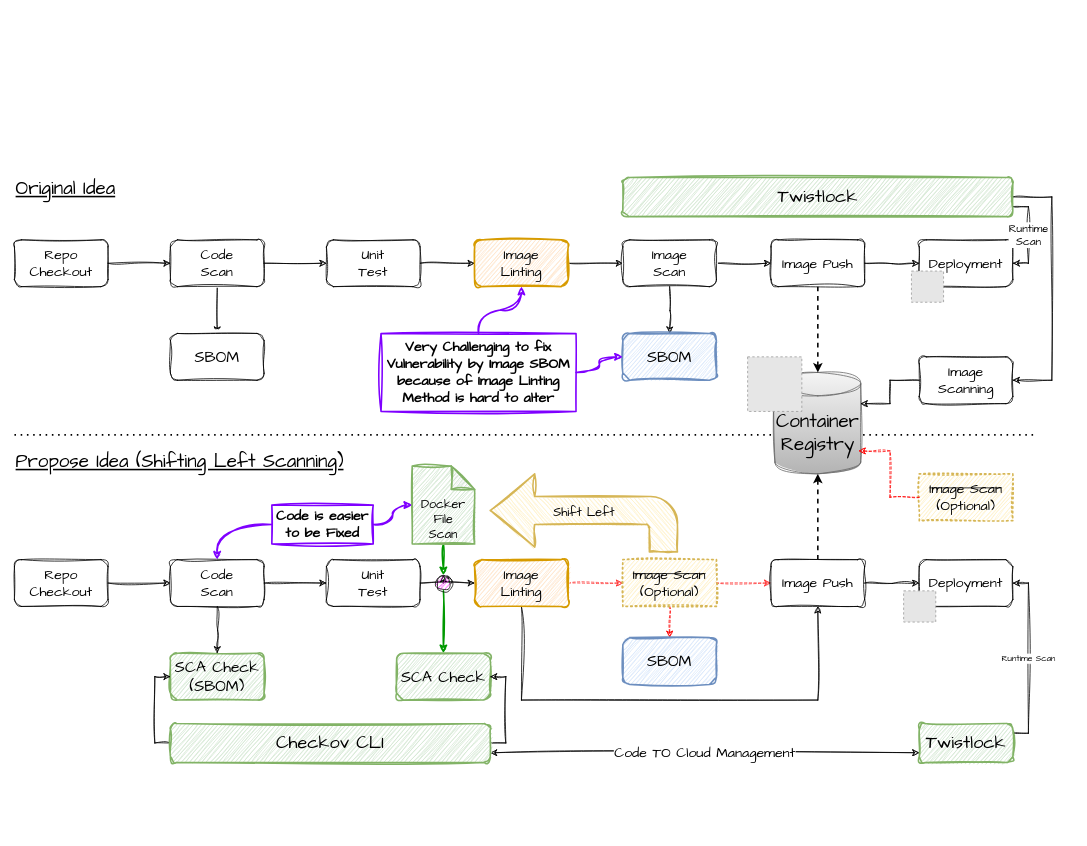
Before: page "Registry Scanning" (5 of 5) of Prisma Cloud - DevSecOps Vulnerability Management Flow.drawio in billhoph/whiteboards, a draw.io diagram. Source tidied: cells renumbered, new cells numbered last; positions are measured from the earlier drawing's top-left corner, leaving out a move shared by most shapes. Both pictures are drawn from the tidied source at 78%, with x=0, y=0 at pixel (14, 169). Pictures stored in the file or linked from it are replaced by grey dashed boxes.
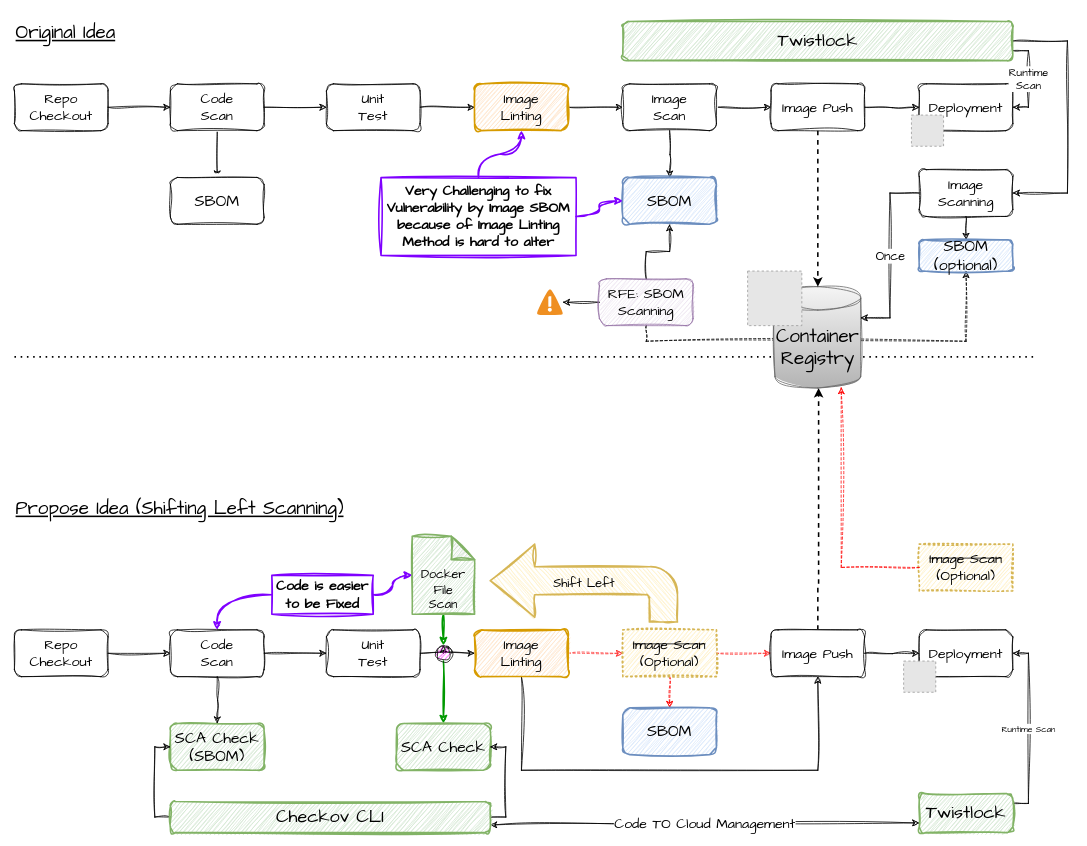
The same page after the edit.

What changed in the source:
```diff
@@
+    <mxCell id="72" style="edgeStyle=orthogonalEdgeStyle;rounded=0;sketch=1;hachureGap=4;jiggle=2;curveFitting=1;jettySize=auto;html=1;exitX=0.5;exitY=1;exitDx=0;exitDy=0;entryX=0.5;entryY=1;entryDx=0;entryDy=0;fontFamily=Architects Daughter;dashed=1;" parent="1" edge="1" source="77" target="74">
+      <mxGeometry relative="1" as="geometry" />
+    </mxCell>
     <mxCell id="2" style="endArrow=none;dashed=1;html=1;dashPattern=1 3;strokeWidth=2;rounded=0;hachureGap=4;fontFamily=Architects Daughter;" parent="1" edge="1">
       <mxGeometry relative="1" as="geometry">
-        <mxPoint y="340" as="sourcePoint" />
-        <mxPoint x="1310" y="340" as="targetPoint" />
+        <mxPoint y="240" as="sourcePoint" />
+        <mxPoint x="1310" y="240" as="targetPoint" />
       </mxGeometry>
     </mxCell>
@@
     <mxCell id="4" value="Repo Checkout" style="rounded=1;whiteSpace=wrap;html=1;sketch=1;hachureGap=4;jiggle=2;curveFitting=1;fontFamily=Architects Daughter;fontSize=18;" parent="1" vertex="1">
-      <mxGeometry y="500" width="120" height="60" as="geometry" />
+      <mxGeometry y="590" width="120" height="60" as="geometry" />
     </mxCell>
@@
     <mxCell id="6" value="Code&lt;div&gt;Scan&lt;/div&gt;" style="rounded=1;whiteSpace=wrap;html=1;sketch=1;hachureGap=4;jiggle=2;curveFitting=1;fontFamily=Architects Daughter;fontSize=18;" parent="1" vertex="1">
-      <mxGeometry x="200" y="500" width="120" height="60" as="geometry" />
+      <mxGeometry x="200" y="590" width="120" height="60" as="geometry" />
     </mxCell>
@@
     <mxCell id="8" value="Unit&lt;div&gt;Test&lt;/div&gt;" style="rounded=1;whiteSpace=wrap;html=1;sketch=1;hachureGap=4;jiggle=2;curveFitting=1;fontFamily=Architects Daughter;fontSize=18;" parent="1" vertex="1">
-      <mxGeometry x="400" y="500" width="120" height="60" as="geometry" />
+      <mxGeometry x="400" y="590" width="120" height="60" as="geometry" />
     </mxCell>
@@
     <mxCell id="10" style="edgeStyle=orthogonalEdgeStyle;rounded=0;sketch=1;hachureGap=4;jiggle=2;curveFitting=1;jettySize=auto;html=1;exitX=0.5;exitY=1;exitDx=0;exitDy=0;entryX=0.5;entryY=1;entryDx=0;entryDy=0;fontFamily=Architects Daughter;" parent="1" edge="1" source="11" target="37">
       <mxGeometry relative="1" as="geometry">
         <Array as="points">
-          <mxPoint x="650" y="680" />
-          <mxPoint x="1030" y="680" />
+          <mxPoint x="650" y="770" />
+          <mxPoint x="1030" y="770" />
         </Array>
       </mxGeometry>
     </mxCell>
     <mxCell id="11" value="Image&lt;div&gt;Linting&lt;/div&gt;" style="rounded=1;whiteSpace=wrap;html=1;sketch=1;hachureGap=4;jiggle=2;curveFitting=1;fontFamily=Architects Daughter;fontSize=18;fillColor=#ffe6cc;strokeColor=#d79b00;strokeWidth=2;" parent="1" vertex="1">
-      <mxGeometry x="590" y="500" width="120" height="60" as="geometry" />
+      <mxGeometry x="590" y="590" width="120" height="60" as="geometry" />
     </mxCell>
@@
     <mxCell id="14" value="&lt;strike&gt;Image Scan&lt;br&gt;&lt;/strike&gt;(Optional)" style="rounded=0;whiteSpace=wrap;html=1;sketch=1;hachureGap=4;jiggle=2;curveFitting=1;fontFamily=Architects Daughter;fontSize=18;fillColor=#fff2cc;strokeColor=#d6b656;dashed=1;dashPattern=1 2;strokeWidth=2;" parent="1" vertex="1">
-      <mxGeometry x="780" y="500" width="120" height="60" as="geometry" />
+      <mxGeometry x="780" y="590" width="120" height="60" as="geometry" />
     </mxCell>
@@
     <mxCell id="16" value="Repo Checkout" style="rounded=1;whiteSpace=wrap;html=1;sketch=1;hachureGap=4;jiggle=2;curveFitting=1;fontFamily=Architects Daughter;fontSize=18;" parent="1" vertex="1">
-      <mxGeometry y="90" width="120" height="60" as="geometry" />
+      <mxGeometry y="-110" width="120" height="60" as="geometry" />
     </mxCell>
@@
     <mxCell id="19" value="Code&lt;div&gt;Scan&lt;/div&gt;" style="rounded=1;whiteSpace=wrap;html=1;sketch=1;hachureGap=4;jiggle=2;curveFitting=1;fontFamily=Architects Daughter;fontSize=18;" parent="1" vertex="1">
-      <mxGeometry x="200" y="90" width="120" height="60" as="geometry" />
+      <mxGeometry x="200" y="-110" width="120" height="60" as="geometry" />
     </mxCell>
@@
     <mxCell id="21" value="Unit&lt;div&gt;Test&lt;/div&gt;" style="rounded=1;whiteSpace=wrap;html=1;sketch=1;hachureGap=4;jiggle=2;curveFitting=1;fontFamily=Architects Daughter;fontSize=18;" parent="1" vertex="1">
-      <mxGeometry x="400" y="90" width="120" height="60" as="geometry" />
+      <mxGeometry x="400" y="-110" width="120" height="60" as="geometry" />
     </mxCell>
@@
     <mxCell id="23" value="Image&lt;div&gt;Linting&lt;/div&gt;" style="rounded=1;whiteSpace=wrap;html=1;sketch=1;hachureGap=4;jiggle=2;curveFitting=1;fontFamily=Architects Daughter;fontSize=18;fillColor=#ffe6cc;strokeColor=#d79b00;strokeWidth=2;" parent="1" vertex="1">
-      <mxGeometry x="590" y="90" width="120" height="60" as="geometry" />
+      <mxGeometry x="590" y="-110" width="120" height="60" as="geometry" />
     </mxCell>
@@
     <mxCell id="25" value="Image&lt;div&gt;Scan&lt;/div&gt;" style="rounded=1;whiteSpace=wrap;html=1;sketch=1;hachureGap=4;jiggle=2;curveFitting=1;fontFamily=Architects Daughter;fontSize=18;" parent="1" vertex="1">
-      <mxGeometry x="780" y="90" width="120" height="60" as="geometry" />
+      <mxGeometry x="780" y="-110" width="120" height="60" as="geometry" />
     </mxCell>
     <mxCell id="26" value="SBOM" style="rounded=1;whiteSpace=wrap;html=1;sketch=1;hachureGap=4;jiggle=2;curveFitting=1;fontFamily=Architects Daughter;fontSize=20;" parent="1" vertex="1">
-      <mxGeometry x="200" y="210" width="120" height="60" as="geometry" />
+      <mxGeometry x="200" y="10" width="120" height="60" as="geometry" />
     </mxCell>
     <mxCell id="27" style="edgeStyle=orthogonalEdgeStyle;rounded=0;sketch=1;hachureGap=4;jiggle=2;curveFitting=1;jettySize=auto;html=1;exitX=0.5;exitY=1;exitDx=0;exitDy=0;entryX=0.5;entryY=0;entryDx=0;entryDy=0;fontFamily=Architects Daughter;" parent="1" edge="1" target="28">
       <mxGeometry relative="1" as="geometry">
-        <mxPoint x="260" y="560" as="sourcePoint" />
+        <mxPoint x="260" y="650" as="sourcePoint" />
       </mxGeometry>
     </mxCell>
     <mxCell id="28" value="SCA Check&lt;div&gt;(SBOM)&lt;/div&gt;" style="rounded=1;whiteSpace=wrap;html=1;sketch=1;hachureGap=4;jiggle=2;curveFitting=1;fontFamily=Architects Daughter;fontSize=20;fillColor=#d5e8d4;strokeColor=#82b366;strokeWidth=2;" parent="1" vertex="1">
-      <mxGeometry x="200" y="620" width="120" height="60" as="geometry" />
+      <mxGeometry x="200" y="710" width="120" height="60" as="geometry" />
     </mxCell>
     <mxCell id="29" style="edgeStyle=orthogonalEdgeStyle;rounded=0;sketch=1;hachureGap=4;jiggle=2;curveFitting=1;jettySize=auto;html=1;exitX=0.5;exitY=1;exitDx=0;exitDy=0;entryX=0.5;entryY=0;entryDx=0;entryDy=0;fontFamily=Architects Daughter;" parent="1" edge="1" target="30">
       <mxGeometry relative="1" as="geometry">
-        <mxPoint x="840" y="150" as="sourcePoint" />
+        <mxPoint x="840" y="-50" as="sourcePoint" />
       </mxGeometry>
     </mxCell>
     <mxCell id="30" value="SBOM" style="rounded=1;whiteSpace=wrap;html=1;sketch=1;hachureGap=4;jiggle=2;curveFitting=1;fontFamily=Architects Daughter;fontSize=20;fillColor=#dae8fc;strokeColor=#6c8ebf;strokeWidth=2;" parent="1" vertex="1">
-      <mxGeometry x="780" y="210" width="120" height="60" as="geometry" />
+      <mxGeometry x="780" y="10" width="120" height="60" as="geometry" />
     </mxCell>
@@
     <mxCell id="32" value="SCA Check" style="rounded=1;whiteSpace=wrap;html=1;sketch=1;hachureGap=4;jiggle=2;curveFitting=1;fontFamily=Architects Daughter;fontSize=20;fillColor=#d5e8d4;strokeColor=#82b366;strokeWidth=2;" parent="1" vertex="1">
-      <mxGeometry x="490" y="620" width="120" height="60" as="geometry" />
+      <mxGeometry x="490" y="710" width="120" height="60" as="geometry" />
     </mxCell>
@@
     <mxCell id="34" value="Docker&lt;div style=&quot;font-size: 16px;&quot;&gt;File&lt;/div&gt;&lt;div style=&quot;font-size: 16px;&quot;&gt;Scan&lt;/div&gt;" style="shape=note;whiteSpace=wrap;html=1;backgroundOutline=1;darkOpacity=0.05;sketch=1;hachureGap=4;jiggle=2;curveFitting=1;fontFamily=Architects Daughter;fontSize=16;verticalAlign=bottom;fillColor=#d5e8d4;strokeColor=#82b366;strokeWidth=2;" parent="1" vertex="1">
-      <mxGeometry x="510" y="380" width="80" height="100" as="geometry" />
+      <mxGeometry x="510" y="470" width="80" height="100" as="geometry" />
     </mxCell>
     <mxCell id="35" value="Image Push" style="rounded=1;whiteSpace=wrap;html=1;sketch=1;hachureGap=4;jiggle=2;curveFitting=1;fontFamily=Architects Daughter;fontSize=18;" parent="1" vertex="1">
-      <mxGeometry x="970" y="90" width="120" height="60" as="geometry" />
+      <mxGeometry x="970" y="-110" width="120" height="60" as="geometry" />
     </mxCell>
     <mxCell id="36" style="edgeStyle=orthogonalEdgeStyle;rounded=0;hachureGap=4;jettySize=auto;html=1;fontFamily=Architects Daughter;flowAnimation=1;strokeWidth=2;dashed=1;" parent="1" edge="1" source="37" target="42">
-      <mxGeometry relative="1" as="geometry" />
+      <mxGeometry relative="1" as="geometry">
+        <Array as="points">
+          <mxPoint x="1030" y="535" />
+          <mxPoint x="1031" y="535" />
+        </Array>
+      </mxGeometry>
     </mxCell>
     <mxCell id="37" value="Image Push" style="rounded=1;whiteSpace=wrap;html=1;sketch=1;hachureGap=4;jiggle=2;curveFitting=1;fontFamily=Architects Daughter;fontSize=18;" parent="1" vertex="1">
-      <mxGeometry x="970" y="500" width="120" height="60" as="geometry" />
+      <mxGeometry x="970" y="590" width="120" height="60" as="geometry" />
     </mxCell>
     <mxCell id="38" style="edgeStyle=orthogonalEdgeStyle;rounded=0;sketch=1;hachureGap=4;jiggle=2;curveFitting=1;jettySize=auto;html=1;exitX=1;exitY=0.5;exitDx=0;exitDy=0;entryX=0;entryY=0.5;entryDx=0;entryDy=0;fontFamily=Architects Daughter;" parent="1" edge="1" target="41">
       <mxGeometry relative="1" as="geometry">
-        <mxPoint x="1090" y="530" as="sourcePoint" />
+        <mxPoint x="1090" y="620" as="sourcePoint" />
       </mxGeometry>
     </mxCell>
     <mxCell id="39" style="edgeStyle=orthogonalEdgeStyle;rounded=0;sketch=1;hachureGap=4;jiggle=2;curveFitting=1;jettySize=auto;html=1;exitX=1;exitY=0.5;exitDx=0;exitDy=0;entryX=0;entryY=0.5;entryDx=0;entryDy=0;fontFamily=Architects Daughter;" parent="1" edge="1" target="40">
       <mxGeometry relative="1" as="geometry">
-        <mxPoint x="1090" y="120" as="sourcePoint" />
+        <mxPoint x="1090" y="-80" as="sourcePoint" />
       </mxGeometry>
     </mxCell>
     <mxCell id="40" value="Deployment" style="rounded=1;whiteSpace=wrap;html=1;sketch=1;hachureGap=4;jiggle=2;curveFitting=1;fontFamily=Architects Daughter;fontSize=18;" parent="1" vertex="1">
-      <mxGeometry x="1160" y="90" width="120" height="60" as="geometry" />
+      <mxGeometry x="1160" y="-110" width="120" height="60" as="geometry" />
     </mxCell>
     <mxCell id="41" value="Deployment" style="rounded=1;whiteSpace=wrap;html=1;sketch=1;hachureGap=4;jiggle=2;curveFitting=1;fontFamily=Architects Daughter;fontSize=18;" parent="1" vertex="1">
-      <mxGeometry x="1160" y="500" width="120" height="60" as="geometry" />
+      <mxGeometry x="1160" y="590" width="120" height="60" as="geometry" />
     </mxCell>
     <mxCell id="42" value="&lt;div&gt;Container&lt;/div&gt;Registry" style="shape=cylinder3;whiteSpace=wrap;html=1;boundedLbl=1;backgroundOutline=1;size=15;sketch=1;hachureGap=4;jiggle=2;curveFitting=1;fontFamily=Architects Daughter;fontSize=24;fillColor=#f5f5f5;strokeColor=#666666;gradientColor=#b3b3b3;" parent="1" vertex="1">
-      <mxGeometry x="975" y="260" width="110" height="130" as="geometry" />
+      <mxGeometry x="975" y="150" width="110" height="130" as="geometry" />
     </mxCell>
@@
     <mxCell id="44" style="edgeStyle=orthogonalEdgeStyle;rounded=0;sketch=1;hachureGap=4;jiggle=2;curveFitting=1;jettySize=auto;html=1;entryX=0.5;entryY=0;entryDx=0;entryDy=0;fontFamily=Architects Daughter;" parent="1" edge="1" target="45">
       <mxGeometry relative="1" as="geometry">
-        <mxPoint x="550" y="530" as="sourcePoint" />
+        <mxPoint x="550" y="620" as="sourcePoint" />
       </mxGeometry>
     </mxCell>
     <mxCell id="45" style="ellipse;whiteSpace=wrap;html=1;sketch=1;hachureGap=4;jiggle=2;curveFitting=1;fontFamily=Architects Daughter;fillColor=#FF00FF;" parent="1" vertex="1">
-      <mxGeometry x="540" y="520" width="20" height="20" as="geometry" />
+      <mxGeometry x="540" y="610" width="20" height="20" as="geometry" />
     </mxCell>
@@
     <mxCell id="49" value="Checkov CLI" style="rounded=1;whiteSpace=wrap;html=1;sketch=1;hachureGap=4;jiggle=2;curveFitting=1;fontFamily=Architects Daughter;fontSize=23;fillColor=#d5e8d4;strokeColor=#82b366;strokeWidth=2;" parent="1" vertex="1">
-      <mxGeometry x="200" y="710" width="410" height="50" as="geometry" />
+      <mxGeometry x="200" y="810" width="410" height="40" as="geometry" />
     </mxCell>
     <mxCell id="50" value="Original Idea" style="text;html=1;align=left;verticalAlign=middle;whiteSpace=wrap;rounded=0;fontFamily=Architects Daughter;fontSize=24;fontStyle=4;" parent="1" vertex="1">
-      <mxGeometry width="180" height="50" as="geometry" />
+      <mxGeometry y="-200" width="180" height="50" as="geometry" />
     </mxCell>
     <mxCell id="51" value="Propose Idea (Shifting Left Scanning)" style="text;html=1;align=left;verticalAlign=middle;whiteSpace=wrap;rounded=0;fontFamily=Architects Daughter;fontSize=24;fontStyle=4;" parent="1" vertex="1">
-      <mxGeometry y="350" width="430" height="50" as="geometry" />
+      <mxGeometry y="410" width="430" height="50" as="geometry" />
     </mxCell>
+    <mxCell id="73" style="edgeStyle=orthogonalEdgeStyle;rounded=0;sketch=1;hachureGap=4;jiggle=2;curveFitting=1;jettySize=auto;html=1;exitX=0.5;exitY=1;exitDx=0;exitDy=0;entryX=0.5;entryY=0;entryDx=0;entryDy=0;fontFamily=Architects Daughter;" parent="1" edge="1" source="52" target="74">
+      <mxGeometry relative="1" as="geometry" />
+    </mxCell>
     <mxCell id="52" value="Image Scanning" style="rounded=1;whiteSpace=wrap;html=1;sketch=1;hachureGap=4;jiggle=2;curveFitting=1;fontFamily=Architects Daughter;fontSize=18;" parent="1" vertex="1">
-      <mxGeometry x="1160" y="240" width="120" height="60" as="geometry" />
+      <mxGeometry x="1160" width="120" height="60" as="geometry" />
     </mxCell>
-    <mxCell id="53" style="edgeStyle=orthogonalEdgeStyle;rounded=0;sketch=1;hachureGap=4;jiggle=2;curveFitting=1;jettySize=auto;html=1;entryX=1;entryY=0;entryDx=0;entryDy=40;entryPerimeter=0;fontFamily=Architects Daughter;" parent="1" edge="1" source="52" target="42">
+    <mxCell id="53" value="Once" style="edgeStyle=orthogonalEdgeStyle;rounded=0;sketch=1;hachureGap=4;jiggle=2;curveFitting=1;jettySize=auto;html=1;entryX=1;entryY=0;entryDx=0;entryDy=40;entryPerimeter=0;fontFamily=Architects Daughter;fontSize=16;" parent="1" edge="1" source="52" target="42">
       <mxGeometry relative="1" as="geometry" />
     </mxCell>
     <mxCell id="54" value="&lt;strike&gt;Image Scan&lt;br&gt;&lt;/strike&gt;(Optional)" style="rounded=0;whiteSpace=wrap;html=1;sketch=1;hachureGap=4;jiggle=2;curveFitting=1;fontFamily=Architects Daughter;fontSize=18;fillColor=#fff2cc;strokeColor=#d6b656;dashed=1;dashPattern=1 2;strokeWidth=2;" parent="1" vertex="1">
-      <mxGeometry x="1160" y="390" width="120" height="60" as="geometry" />
+      <mxGeometry x="1160" y="480" width="120" height="60" as="geometry" />
     </mxCell>
-    <mxCell id="55" style="edgeStyle=orthogonalEdgeStyle;rounded=0;sketch=1;hachureGap=4;jiggle=2;curveFitting=1;jettySize=auto;html=1;entryX=0.977;entryY=0.774;entryDx=0;entryDy=0;entryPerimeter=0;fontFamily=Architects Daughter;strokeColor=#FF0000;dashed=1;" parent="1" edge="1" source="54" target="42">
+    <mxCell id="55" style="edgeStyle=orthogonalEdgeStyle;rounded=0;sketch=1;hachureGap=4;jiggle=2;curveFitting=1;jettySize=auto;html=1;entryX=0.773;entryY=0.992;entryDx=0;entryDy=0;entryPerimeter=0;fontFamily=Architects Daughter;strokeColor=#FF0000;dashed=1;" parent="1" edge="1" source="54" target="42">
       <mxGeometry relative="1" as="geometry" />
     </mxCell>
     <mxCell id="56" value="&lt;font style=&quot;font-size: 16px;&quot;&gt;Shift Left&lt;/font&gt;" style="html=1;shadow=0;dashed=0;align=center;verticalAlign=middle;shape=mxgraph.arrows2.bendArrow;dy=18;dx=57;notch=0;arrowHead=94;rounded=1;sketch=1;hachureGap=4;jiggle=2;curveFitting=1;fontFamily=Architects Daughter;flipH=1;fillColor=#fff2cc;strokeColor=#d6b656;strokeWidth=2;" parent="1" vertex="1">
-      <mxGeometry x="610" y="390" width="240" height="100" as="geometry" />
+      <mxGeometry x="610" y="480" width="240" height="100" as="geometry" />
     </mxCell>
@@
     <mxCell id="58" value="Twistlock" style="rounded=1;whiteSpace=wrap;html=1;sketch=1;hachureGap=4;jiggle=2;curveFitting=1;fontFamily=Architects Daughter;fontSize=23;fillColor=#d5e8d4;strokeColor=#82b366;strokeWidth=2;" parent="1" vertex="1">
-      <mxGeometry x="1160" y="710" width="120" height="50" as="geometry" />
+      <mxGeometry x="1160" y="800" width="120" height="50" as="geometry" />
     </mxCell>
@@
     <mxCell id="60" style="edgeStyle=orthogonalEdgeStyle;rounded=0;sketch=1;hachureGap=4;jiggle=2;curveFitting=1;jettySize=auto;html=1;exitX=1;exitY=0.5;exitDx=0;exitDy=0;entryX=1;entryY=0.5;entryDx=0;entryDy=0;fontFamily=Architects Daughter;" parent="1" edge="1" source="61" target="52">
       <mxGeometry relative="1" as="geometry">
         <Array as="points">
-          <mxPoint x="1330" y="35" />
-          <mxPoint x="1330" y="270" />
+          <mxPoint x="1350" y="-165" />
+          <mxPoint x="1350" y="30" />
         </Array>
       </mxGeometry>
     </mxCell>
     <mxCell id="61" value="Twistlock" style="rounded=1;whiteSpace=wrap;html=1;sketch=1;hachureGap=4;jiggle=2;curveFitting=1;fontFamily=Architects Daughter;fontSize=23;fillColor=#d5e8d4;strokeColor=#82b366;strokeWidth=2;" parent="1" vertex="1">
-      <mxGeometry x="780" y="10" width="500" height="50" as="geometry" />
+      <mxGeometry x="780" y="-190" width="500" height="50" as="geometry" />
     </mxCell>
     <mxCell id="62" style="fillColor=#E6E6E6;strokeColor=#999999;dashed=1;verticalLabelPosition=bottom;labelBackgroundColor=default;verticalAlign=top;" parent="1" vertex="1">
-      <mxGeometry x="940" y="240" width="69.5" height="70" as="geometry" />
+      <mxGeometry x="940" y="130" width="69.5" height="70" as="geometry" />
     </mxCell>
     <mxCell id="63" style="fillColor=#E6E6E6;strokeColor=#999999;dashed=1;verticalLabelPosition=bottom;labelBackgroundColor=default;verticalAlign=top;" parent="1" vertex="1">
-      <mxGeometry x="1150" y="130" width="41.2" height="40" as="geometry" />
+      <mxGeometry x="1150" y="-70" width="41.2" height="40" as="geometry" />
     </mxCell>
     <mxCell id="64" style="fillColor=#E6E6E6;strokeColor=#999999;dashed=1;verticalLabelPosition=bottom;labelBackgroundColor=default;verticalAlign=top;" parent="1" vertex="1">
-      <mxGeometry x="1140" y="540" width="41.2" height="40" as="geometry" />
+      <mxGeometry x="1140" y="630" width="41.2" height="40" as="geometry" />
     </mxCell>
@@
     <mxCell id="67" value="Very Challenging to fix Vulnerability by Image SBOM because of Image Linting Method is hard to alter" style="text;html=1;align=center;verticalAlign=middle;whiteSpace=wrap;rounded=0;fontFamily=Architects Daughter;fontStyle=1;fontSize=18;strokeColor=#7F00FF;strokeWidth=2;sketch=1;curveFitting=1;jiggle=2;" parent="1" vertex="1">
-      <mxGeometry x="470" y="210" width="250" height="100" as="geometry" />
+      <mxGeometry x="470" y="10" width="250" height="100" as="geometry" />
     </mxCell>
     <mxCell id="68" value="SBOM" style="rounded=1;whiteSpace=wrap;html=1;sketch=1;hachureGap=4;jiggle=2;curveFitting=1;fontFamily=Architects Daughter;fontSize=20;fillColor=#dae8fc;strokeColor=#6c8ebf;strokeWidth=2;" parent="1" vertex="1">
-      <mxGeometry x="780" y="600" width="120" height="60" as="geometry" />
+      <mxGeometry x="780" y="690" width="120" height="60" as="geometry" />
     </mxCell>
     <mxCell id="69" value="Code is easier to be Fixed" style="text;html=1;align=center;verticalAlign=middle;whiteSpace=wrap;rounded=0;fontFamily=Architects Daughter;fontStyle=1;fontSize=18;strokeColor=#7F00FF;strokeWidth=2;sketch=1;curveFitting=1;jiggle=2;" parent="1" vertex="1">
-      <mxGeometry x="330" y="430" width="130" height="50" as="geometry" />
+      <mxGeometry x="330" y="520" width="130" height="50" as="geometry" />
     </mxCell>
@@
+    <mxCell id="74" value="SBOM&lt;br&gt;(optional)" style="rounded=1;whiteSpace=wrap;html=1;sketch=1;hachureGap=4;jiggle=2;curveFitting=1;fontFamily=Architects Daughter;fontSize=20;fillColor=#dae8fc;strokeColor=#6c8ebf;strokeWidth=2;" parent="1" vertex="1">
+      <mxGeometry x="1160" y="90" width="120" height="40" as="geometry" />
+    </mxCell>
+    <mxCell id="75" style="edgeStyle=orthogonalEdgeStyle;rounded=0;sketch=1;hachureGap=4;jiggle=2;curveFitting=1;jettySize=auto;html=1;fontFamily=Architects Daughter;" parent="1" edge="1" source="77" target="30">
+      <mxGeometry relative="1" as="geometry" />
+    </mxCell>
+    <mxCell id="76" style="edgeStyle=orthogonalEdgeStyle;rounded=0;sketch=1;hachureGap=4;jiggle=2;curveFitting=1;jettySize=auto;html=1;fontFamily=Architects Daughter;" parent="1" edge="1" source="77" target="78">
+      <mxGeometry relative="1" as="geometry" />
+    </mxCell>
+    <mxCell id="77" value="RFE: SBOM Scanning" style="rounded=1;whiteSpace=wrap;html=1;sketch=1;hachureGap=4;jiggle=2;curveFitting=1;fontFamily=Architects Daughter;fontSize=18;fillColor=#e1d5e7;strokeColor=#9673a6;" parent="1" vertex="1">
+      <mxGeometry x="750" y="140" width="120" height="60" as="geometry" />
+    </mxCell>
+    <mxCell id="78" style="shadow=0;dashed=0;html=1;strokeColor=none;fillColor=#4495D1;labelPosition=center;verticalLabelPosition=bottom;verticalAlign=top;align=center;outlineConnect=0;shape=mxgraph.veeam.2d.alert;hachureGap=4;fontFamily=Architects Daughter;" parent="1" vertex="1">
+      <mxGeometry x="670" y="153.4" width="33.2" height="33.2" as="geometry" />
+    </mxCell>
```
